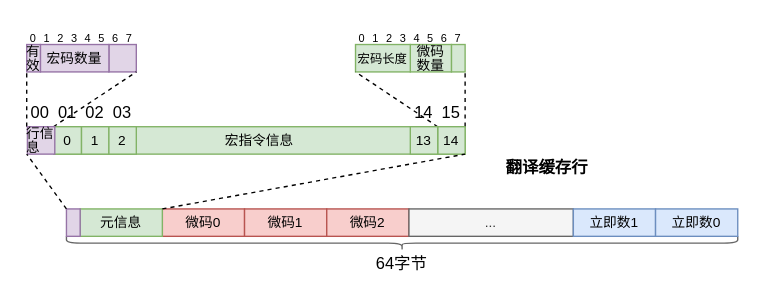
Above: image/tcache_line.drawio in jensen-yan/yanyue_essay (draw.io), before the change. Source tidied: cells renumbered, new cells numbered last; positions are measured from the earlier drawing's top-left corner, leaving out a move shared by most shapes. Both pictures are drawn from the tidied source at 137%, with x=0, y=0 at pixel (23, 30).
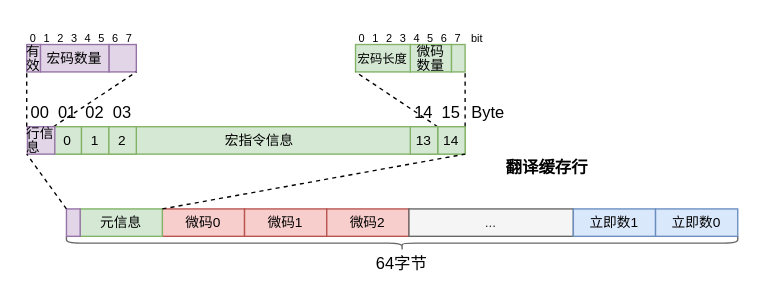
The same page after the edit.

The edit, as a diff of the source:
```diff
@@
+    <mxCell id="59" value="&lt;font face=&quot;mono&quot;&gt;Byte&lt;/font&gt;" style="text;html=1;strokeColor=none;fillColor=none;align=center;verticalAlign=middle;whiteSpace=wrap;rounded=0;" parent="1" vertex="1">
+      <mxGeometry x="329" y="50" width="20" height="20" as="geometry" />
+    </mxCell>
+    <mxCell id="60" value="&lt;font style=&quot;font-size: 8px;&quot; face=&quot;mono&quot;&gt;bit&lt;/font&gt;" style="text;html=1;strokeColor=none;fillColor=none;align=center;verticalAlign=middle;whiteSpace=wrap;rounded=0;" parent="1" vertex="1">
+      <mxGeometry x="321" y="-5" width="20" height="20" as="geometry" />
+    </mxCell>
```
